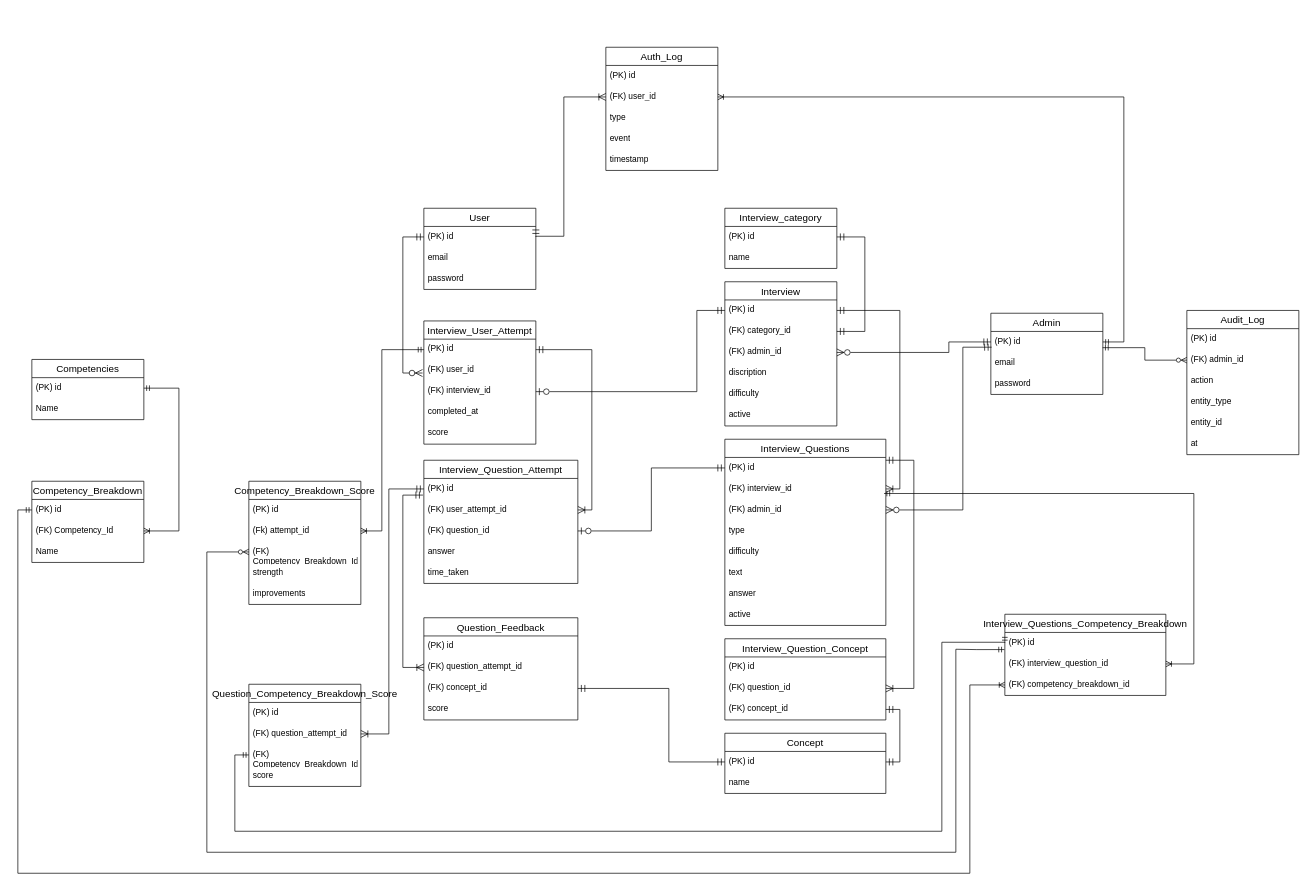
Above: diagrams/group_erd.drawio in V-DP-DEV/Capstone (draw.io), before the change. Source tidied: cells renumbered, new cells numbered last; positions are measured from the earlier drawing's top-left corner, leaving out a move shared by most shapes. Both pictures are drawn from the tidied source at 70%, with x=0, y=0 at pixel (18, 47).
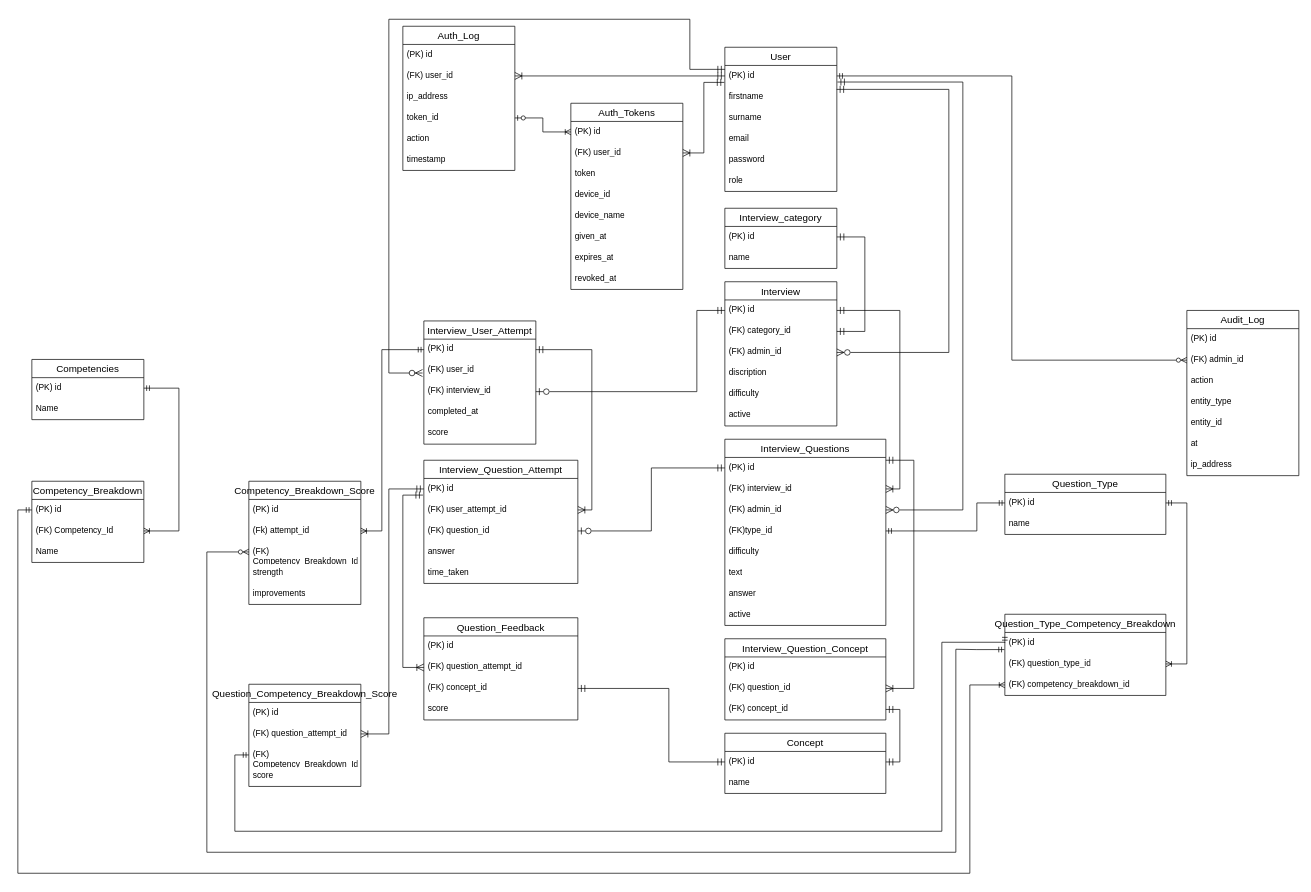
After the change.

Unchanged cells that the change refers to:
```xml
<mxCell id="5" value="(FK) admin_id" style="text;strokeColor=none;fillColor=none;spacingLeft=4;spacingRight=4;overflow=hidden;points=[[0,0.5],[1,0.5]];portConstraint=eastwest;fontSize=12;whiteSpace=wrap;html=1;" parent="2" vertex="1">
  <mxGeometry y="86" width="160" height="30" as="geometry" />
</mxCell>
<mxCell id="12" value="Interview_Questions" style="swimlane;fontStyle=0;horizontal=1;startSize=26;align=center;fontSize=14;" parent="1" vertex="1">
  <mxGeometry x="1010" y="560" width="230" height="266" as="geometry" />
</mxCell>
<mxCell id="14" value="(FK) interview_id" style="text;strokeColor=none;fillColor=none;spacingLeft=4;spacingRight=4;overflow=hidden;points=[[0,0.5],[1,0.5]];portConstraint=eastwest;fontSize=12;whiteSpace=wrap;html=1;" parent="12" vertex="1">
  <mxGeometry y="56" width="230" height="30" as="geometry" />
</mxCell>
<mxCell id="15" value="(FK) admin_id" style="text;strokeColor=none;fillColor=none;spacingLeft=4;spacingRight=4;overflow=hidden;points=[[0,0.5],[1,0.5]];portConstraint=eastwest;fontSize=12;whiteSpace=wrap;html=1;" parent="12" vertex="1">
  <mxGeometry y="86" width="230" height="30" as="geometry" />
</mxCell>
<mxCell id="30" value="(FK) user_id" style="text;strokeColor=none;fillColor=none;spacingLeft=4;spacingRight=4;overflow=hidden;points=[[0,0.5],[1,0.5]];portConstraint=eastwest;fontSize=12;whiteSpace=wrap;html=1;" parent="28" vertex="1">
  <mxGeometry y="56" width="160" height="30" as="geometry" />
</mxCell>
<mxCell id="46" value="(PK) id" style="text;strokeColor=none;fillColor=none;spacingLeft=4;spacingRight=4;overflow=hidden;points=[[0,0.5],[1,0.5]];portConstraint=eastwest;fontSize=12;whiteSpace=wrap;html=1;" parent="45" vertex="1">
  <mxGeometry y="26" width="160" height="30" as="geometry" />
</mxCell>
<mxCell id="68" value="(FK) admin_id" style="text;strokeColor=none;fillColor=none;spacingLeft=4;spacingRight=4;overflow=hidden;points=[[0,0.5],[1,0.5]];portConstraint=eastwest;fontSize=12;whiteSpace=wrap;html=1;" parent="66" vertex="1">
  <mxGeometry y="56" width="160" height="30" as="geometry" />
</mxCell>
<mxCell id="75" value="(FK) user_id" style="text;strokeColor=none;fillColor=none;spacingLeft=4;spacingRight=4;overflow=hidden;points=[[0,0.5],[1,0.5]];portConstraint=eastwest;fontSize=12;whiteSpace=wrap;html=1;" parent="73" vertex="1">
  <mxGeometry y="56" width="160" height="30" as="geometry" />
</mxCell>
```

The edit, as a diff of the source:
```diff
@@
-    <mxCell id="16" value="type" style="text;strokeColor=none;fillColor=none;spacingLeft=4;spacingRight=4;overflow=hidden;points=[[0,0.5],[1,0.5]];portConstraint=eastwest;fontSize=12;whiteSpace=wrap;html=1;" parent="12" vertex="1">
+    <mxCell id="16" value="(FK)type_id" style="text;strokeColor=none;fillColor=none;spacingLeft=4;spacingRight=4;overflow=hidden;points=[[0,0.5],[1,0.5]];portConstraint=eastwest;fontSize=12;whiteSpace=wrap;html=1;" parent="12" vertex="1">
       <mxGeometry y="116" width="230" height="30" as="geometry" />
     </mxCell>
@@
     <mxCell id="45" value="User" style="swimlane;fontStyle=0;horizontal=1;startSize=26;align=center;fontSize=14;" parent="1" vertex="1">
-      <mxGeometry x="580" y="230" width="160" height="116" as="geometry" />
+      <mxGeometry x="1010" width="160" height="206" as="geometry" />
     </mxCell>
@@
+    <mxCell id="110" value="firstname" style="text;strokeColor=none;fillColor=none;spacingLeft=4;spacingRight=4;overflow=hidden;points=[[0,0.5],[1,0.5]];portConstraint=eastwest;fontSize=12;whiteSpace=wrap;html=1;" parent="45" vertex="1">
+      <mxGeometry y="56" width="160" height="30" as="geometry" />
+    </mxCell>
+    <mxCell id="111" value="surname" style="text;strokeColor=none;fillColor=none;spacingLeft=4;spacingRight=4;overflow=hidden;fontSize=12;whiteSpace=wrap;html=1;" parent="45" vertex="1">
+      <mxGeometry y="86" width="160" height="30" as="geometry" />
+    </mxCell>
     <mxCell id="47" value="email" style="text;strokeColor=none;fillColor=none;spacingLeft=4;spacingRight=4;overflow=hidden;fontSize=12;whiteSpace=wrap;html=1;" parent="45" vertex="1">
-      <mxGeometry y="56" width="160" height="30" as="geometry" />
+      <mxGeometry y="116" width="160" height="30" as="geometry" />
     </mxCell>
     <mxCell id="48" value="password" style="text;strokeColor=none;fillColor=none;spacingLeft=4;spacingRight=4;overflow=hidden;fontSize=12;whiteSpace=wrap;html=1;" parent="45" vertex="1">
-      <mxGeometry y="86" width="160" height="30" as="geometry" />
+      <mxGeometry y="146" width="160" height="30" as="geometry" />
     </mxCell>
-    <mxCell id="49" value="Admin" style="swimlane;fontStyle=0;horizontal=1;startSize=26;align=center;fontSize=14;" parent="1" vertex="1">
-      <mxGeometry x="1390" y="380" width="160" height="116" as="geometry" />
-    </mxCell>
-    <mxCell id="50" value="(PK) id" style="text;strokeColor=none;fillColor=none;spacingLeft=4;spacingRight=4;overflow=hidden;points=[[0,0.5],[1,0.5]];portConstraint=eastwest;fontSize=12;whiteSpace=wrap;html=1;" parent="49" vertex="1">
-      <mxGeometry y="26" width="160" height="30" as="geometry" />
-    </mxCell>
-    <mxCell id="51" value="email" style="text;strokeColor=none;fillColor=none;spacingLeft=4;spacingRight=4;overflow=hidden;fontSize=12;whiteSpace=wrap;html=1;" parent="49" vertex="1">
-      <mxGeometry y="56" width="160" height="30" as="geometry" />
-    </mxCell>
-    <mxCell id="52" value="password" style="text;strokeColor=none;fillColor=none;spacingLeft=4;spacingRight=4;overflow=hidden;fontSize=12;whiteSpace=wrap;html=1;" parent="49" vertex="1">
-      <mxGeometry y="86" width="160" height="30" as="geometry" />
-    </mxCell>
+    <mxCell id="112" value="role" style="text;strokeColor=none;fillColor=none;spacingLeft=4;spacingRight=4;overflow=hidden;fontSize=12;whiteSpace=wrap;html=1;" parent="45" vertex="1">
+      <mxGeometry y="176" width="160" height="30" as="geometry" />
+    </mxCell>
-    <mxCell id="53" style="fontSize=12;html=1;endArrow=ERzeroToMany;startArrow=ERmandOne;rounded=0;startSize=8;endSize=8;exitX=0;exitY=0.5;exitDx=0;exitDy=0;entryX=-0.012;entryY=0.613;entryDx=0;entryDy=0;edgeStyle=orthogonalEdgeStyle;entryPerimeter=0;startFill=0;" parent="1" edge="1" source="46" target="30">
+    <mxCell id="53" style="fontSize=12;html=1;endArrow=ERzeroToMany;startArrow=ERmandOne;rounded=0;startSize=8;endSize=8;entryX=-0.012;entryY=0.613;entryDx=0;entryDy=0;edgeStyle=orthogonalEdgeStyle;entryPerimeter=0;startFill=0;exitX=0;exitY=0.186;exitDx=0;exitDy=0;exitPerimeter=0;" parent="1" edge="1" source="46" target="30">
       <mxGeometry relative="1" as="geometry">
         <Array as="points">
-          <mxPoint x="550" y="271" />
-          <mxPoint x="550" y="465" />
+          <mxPoint x="960" y="32" />
+          <mxPoint x="960" y="-40" />
+          <mxPoint x="530" y="-40" />
+          <mxPoint x="530" y="465" />
         </Array>
       </mxGeometry>
     </mxCell>
@@
-    <mxCell id="62" style="edgeStyle=orthogonalEdgeStyle;fontSize=12;html=1;endArrow=ERzeroToMany;startArrow=ERmandOne;rounded=0;startSize=8;endSize=8;exitX=0;exitY=0.5;exitDx=0;exitDy=0;entryX=1;entryY=0.5;entryDx=0;entryDy=0;endFill=0;startFill=0;" parent="1" edge="1" source="50" target="5">
+    <mxCell id="62" style="edgeStyle=orthogonalEdgeStyle;fontSize=12;html=1;endArrow=ERzeroToMany;startArrow=ERmandOne;rounded=0;startSize=8;endSize=8;exitX=0.998;exitY=0.14;exitDx=0;exitDy=0;entryX=1;entryY=0.5;entryDx=0;entryDy=0;endFill=0;startFill=0;exitPerimeter=0;" parent="1" edge="1" source="110" target="5">
       <mxGeometry relative="1" as="geometry">
         <Array as="points">
-          <mxPoint x="1330" y="421" />
+          <mxPoint x="1330" y="60" />
           <mxPoint x="1330" y="436" />
         </Array>
       </mxGeometry>
     </mxCell>
-    <mxCell id="63" style="edgeStyle=orthogonalEdgeStyle;fontSize=12;html=1;endArrow=ERzeroToMany;startArrow=ERmandOne;rounded=0;startSize=8;endSize=8;exitX=0.007;exitY=0.75;exitDx=0;exitDy=0;entryX=1;entryY=0.5;entryDx=0;entryDy=0;exitPerimeter=0;startFill=0;endFill=0;" parent="1" edge="1" source="50" target="15">
+    <mxCell id="63" style="edgeStyle=orthogonalEdgeStyle;fontSize=12;html=1;endArrow=ERzeroToMany;startArrow=ERmandOne;rounded=0;startSize=8;endSize=8;exitX=1.005;exitY=0.789;exitDx=0;exitDy=0;entryX=1;entryY=0.5;entryDx=0;entryDy=0;exitPerimeter=0;startFill=0;endFill=0;" parent="1" edge="1" source="46" target="15">
       <mxGeometry relative="1" as="geometry">
         <Array as="points">
-          <mxPoint x="1350" y="428.5" />
+          <mxPoint x="1350" y="50" />
           <mxPoint x="1350" y="661" />
         </Array>
       </mxGeometry>
     </mxCell>
@@
     <mxCell id="66" value="Audit_Log" style="swimlane;fontStyle=0;horizontal=1;startSize=26;align=center;fontSize=14;" parent="1" vertex="1">
-      <mxGeometry x="1670" y="376" width="160" height="206" as="geometry" />
+      <mxGeometry x="1670" y="376" width="160" height="236" as="geometry" />
     </mxCell>
@@
+    <mxCell id="113" value="ip_address" style="text;strokeColor=none;fillColor=none;spacingLeft=4;spacingRight=4;overflow=hidden;fontSize=12;whiteSpace=wrap;html=1;" parent="66" vertex="1">
+      <mxGeometry y="206" width="160" height="30" as="geometry" />
+    </mxCell>
     <mxCell id="73" value="Auth_Log" style="swimlane;fontStyle=0;horizontal=1;startSize=26;align=center;fontSize=14;" parent="1" vertex="1">
-      <mxGeometry x="840" width="160" height="176" as="geometry" />
+      <mxGeometry x="550" y="-30" width="160" height="206" as="geometry" />
     </mxCell>
@@
-    <mxCell id="76" value="type" style="text;strokeColor=none;fillColor=none;spacingLeft=4;spacingRight=4;overflow=hidden;fontSize=12;whiteSpace=wrap;html=1;" parent="73" vertex="1">
-      <mxGeometry y="86" width="160" height="30" as="geometry" />
-    </mxCell>
+    <mxCell id="114" value="ip_address" style="text;strokeColor=none;fillColor=none;spacingLeft=4;spacingRight=4;overflow=hidden;fontSize=12;whiteSpace=wrap;html=1;" parent="73" vertex="1">
+      <mxGeometry y="86" width="160" height="30" as="geometry" />
+    </mxCell>
+    <mxCell id="115" value="token_id" style="text;strokeColor=none;fillColor=none;spacingLeft=4;spacingRight=4;overflow=hidden;points=[[0,0.5],[1,0.5]];portConstraint=eastwest;fontSize=12;whiteSpace=wrap;html=1;" parent="73" vertex="1">
+      <mxGeometry y="116" width="160" height="30" as="geometry" />
+    </mxCell>
-    <mxCell id="77" value="event" style="text;strokeColor=none;fillColor=none;spacingLeft=4;spacingRight=4;overflow=hidden;fontSize=12;whiteSpace=wrap;html=1;" parent="73" vertex="1">
-      <mxGeometry y="116" width="160" height="30" as="geometry" />
+    <mxCell id="77" value="action" style="text;strokeColor=none;fillColor=none;spacingLeft=4;spacingRight=4;overflow=hidden;fontSize=12;whiteSpace=wrap;html=1;" parent="73" vertex="1">
+      <mxGeometry y="146" width="160" height="30" as="geometry" />
     </mxCell>
     <mxCell id="78" value="timestamp" style="text;strokeColor=none;fillColor=none;spacingLeft=4;spacingRight=4;overflow=hidden;fontSize=12;whiteSpace=wrap;html=1;" parent="73" vertex="1">
-      <mxGeometry y="146" width="160" height="30" as="geometry" />
+      <mxGeometry y="176" width="160" height="30" as="geometry" />
     </mxCell>
-    <mxCell id="79" style="edgeStyle=elbowEdgeStyle;fontSize=12;html=1;endArrow=ERzeroToMany;startArrow=ERmandOne;exitX=0.998;exitY=0.772;exitDx=0;exitDy=0;entryX=0;entryY=0.5;entryDx=0;entryDy=0;rounded=0;curved=0;exitPerimeter=0;endFill=0;" parent="1" edge="1" source="50" target="68">
+    <mxCell id="79" style="edgeStyle=elbowEdgeStyle;fontSize=12;html=1;endArrow=ERzeroToMany;startArrow=ERmandOne;exitX=1;exitY=0.5;exitDx=0;exitDy=0;entryX=0;entryY=0.5;entryDx=0;entryDy=0;rounded=0;curved=0;endFill=0;" parent="1" edge="1" source="46" target="68">
       <mxGeometry relative="1" as="geometry" />
     </mxCell>
-    <mxCell id="80" style="fontSize=12;html=1;endArrow=ERoneToMany;startArrow=ERmandOne;rounded=0;startSize=8;endSize=8;exitX=1;exitY=0.5;exitDx=0;exitDy=0;entryX=0;entryY=0.5;entryDx=0;entryDy=0;edgeStyle=orthogonalEdgeStyle;startFill=0;endFill=0;" parent="1" edge="1" source="46" target="75">
+    <mxCell id="80" style="fontSize=12;html=1;endArrow=ERoneToMany;startArrow=ERmandOne;rounded=0;startSize=8;endSize=8;exitX=0;exitY=0.5;exitDx=0;exitDy=0;entryX=1;entryY=0.5;entryDx=0;entryDy=0;edgeStyle=orthogonalEdgeStyle;startFill=0;endFill=0;" parent="1" edge="1" source="46" target="75">
       <mxGeometry relative="1" as="geometry">
         <Array as="points">
-          <mxPoint x="740" y="270" />
-          <mxPoint x="780" y="270" />
-          <mxPoint x="780" y="71" />
+          <mxPoint x="710" y="41" />
         </Array>
       </mxGeometry>
     </mxCell>
-    <mxCell id="81" style="edgeStyle=orthogonalEdgeStyle;fontSize=12;html=1;endArrow=ERoneToMany;startArrow=ERmandOne;exitX=1;exitY=0.5;exitDx=0;exitDy=0;entryX=1;entryY=0.5;entryDx=0;entryDy=0;rounded=0;curved=0;" parent="1" edge="1" source="50" target="75">
-      <mxGeometry relative="1" as="geometry">
-        <Array as="points">
-          <mxPoint x="1580" y="421" />
-          <mxPoint x="1580" y="71" />
-        </Array>
-      </mxGeometry>
-    </mxCell>
@@
-    <mxCell id="97" value="Interview_Questions_Competency_Breakdown" style="swimlane;fontStyle=0;horizontal=1;startSize=26;align=center;fontSize=14;" parent="1" vertex="1">
+    <mxCell id="97" value="Question_Type_Competency_Breakdown" style="swimlane;fontStyle=0;horizontal=1;startSize=26;align=center;fontSize=14;" parent="1" vertex="1">
       <mxGeometry x="1410" y="810" width="230" height="116" as="geometry" />
     </mxCell>
@@
-    <mxCell id="99" value="(FK) interview_question_id" style="text;strokeColor=none;fillColor=none;spacingLeft=4;spacingRight=4;overflow=hidden;points=[[0,0.5],[1,0.5]];portConstraint=eastwest;fontSize=12;whiteSpace=wrap;html=1;" parent="97" vertex="1">
+    <mxCell id="99" value="(FK) question_type_id" style="text;strokeColor=none;fillColor=none;spacingLeft=4;spacingRight=4;overflow=hidden;points=[[0,0.5],[1,0.5]];portConstraint=eastwest;fontSize=12;whiteSpace=wrap;html=1;" parent="97" vertex="1">
       <mxGeometry y="56" width="230" height="30" as="geometry" />
     </mxCell>
@@
-    <mxCell id="107" style="edgeStyle=orthogonalEdgeStyle;fontSize=12;html=1;endArrow=ERoneToMany;startArrow=ERmandOne;exitX=0.989;exitY=0.717;exitDx=0;exitDy=0;exitPerimeter=0;entryX=1;entryY=0.5;entryDx=0;entryDy=0;rounded=0;" parent="1" edge="1" source="14" target="99">
-      <mxGeometry relative="1" as="geometry">
-        <Array as="points">
-          <mxPoint x="1680" y="638" />
-          <mxPoint x="1680" y="881" />
-        </Array>
-      </mxGeometry>
-    </mxCell>
@@
+    <mxCell id="116" value="Question_Type" style="swimlane;fontStyle=0;horizontal=1;startSize=26;align=center;fontSize=14;" parent="1" vertex="1">
+      <mxGeometry x="1410" y="610" width="230" height="86" as="geometry" />
+    </mxCell>
+    <mxCell id="117" value="(PK) id" style="text;strokeColor=none;fillColor=none;spacingLeft=4;spacingRight=4;overflow=hidden;points=[[0,0.5],[1,0.5]];portConstraint=eastwest;fontSize=12;whiteSpace=wrap;html=1;" parent="116" vertex="1">
+      <mxGeometry y="26" width="230" height="30" as="geometry" />
+    </mxCell>
+    <mxCell id="118" value="name" style="text;strokeColor=none;fillColor=none;spacingLeft=4;spacingRight=4;overflow=hidden;fontSize=12;whiteSpace=wrap;html=1;" parent="116" vertex="1">
+      <mxGeometry y="56" width="230" height="30" as="geometry" />
+    </mxCell>
+    <mxCell id="119" style="edgeStyle=orthogonalEdgeStyle;fontSize=12;html=1;endArrow=ERmandOne;startArrow=ERmandOne;rounded=0;exitX=1;exitY=0.5;exitDx=0;exitDy=0;entryX=0;entryY=0.5;entryDx=0;entryDy=0;" parent="1" edge="1" source="16" target="117">
+      <mxGeometry relative="1" as="geometry">
+        <Array as="points">
+          <mxPoint x="1370" y="691" />
+          <mxPoint x="1370" y="651" />
+        </Array>
+      </mxGeometry>
+    </mxCell>
+    <mxCell id="120" style="edgeStyle=entityRelationEdgeStyle;fontSize=12;html=1;endArrow=ERoneToMany;startArrow=ERmandOne;rounded=0;exitX=1;exitY=0.5;exitDx=0;exitDy=0;entryX=1;entryY=0.5;entryDx=0;entryDy=0;" parent="1" edge="1" source="117" target="99">
+      <mxGeometry relative="1" as="geometry" />
+    </mxCell>
+    <mxCell id="121" value="Auth_Tokens" style="swimlane;fontStyle=0;horizontal=1;startSize=26;align=center;fontSize=14;" parent="1" vertex="1">
+      <mxGeometry x="790" y="80" width="160" height="266" as="geometry" />
+    </mxCell>
+    <mxCell id="50" value="(PK) id" style="text;strokeColor=none;fillColor=none;spacingLeft=4;spacingRight=4;overflow=hidden;points=[[0,0.5],[1,0.5]];portConstraint=eastwest;fontSize=12;whiteSpace=wrap;html=1;" parent="121" vertex="1">
+      <mxGeometry y="26" width="160" height="30" as="geometry" />
+    </mxCell>
+    <mxCell id="122" value="(FK) user_id" style="text;strokeColor=none;fillColor=none;spacingLeft=4;spacingRight=4;overflow=hidden;points=[[0,0.5],[1,0.5]];portConstraint=eastwest;fontSize=12;whiteSpace=wrap;html=1;" parent="121" vertex="1">
+      <mxGeometry y="56" width="160" height="30" as="geometry" />
+    </mxCell>
+    <mxCell id="123" value="token" style="text;strokeColor=none;fillColor=none;spacingLeft=4;spacingRight=4;overflow=hidden;fontSize=12;whiteSpace=wrap;html=1;" parent="121" vertex="1">
+      <mxGeometry y="86" width="160" height="30" as="geometry" />
+    </mxCell>
+    <mxCell id="124" value="device_id" style="text;strokeColor=none;fillColor=none;spacingLeft=4;spacingRight=4;overflow=hidden;fontSize=12;whiteSpace=wrap;html=1;" parent="121" vertex="1">
+      <mxGeometry y="116" width="160" height="30" as="geometry" />
+    </mxCell>
+    <mxCell id="125" value="device_name" style="text;strokeColor=none;fillColor=none;spacingLeft=4;spacingRight=4;overflow=hidden;fontSize=12;whiteSpace=wrap;html=1;" parent="121" vertex="1">
+      <mxGeometry y="146" width="160" height="30" as="geometry" />
+    </mxCell>
+    <mxCell id="126" value="given_at" style="text;strokeColor=none;fillColor=none;spacingLeft=4;spacingRight=4;overflow=hidden;fontSize=12;whiteSpace=wrap;html=1;" parent="121" vertex="1">
+      <mxGeometry y="176" width="160" height="30" as="geometry" />
+    </mxCell>
+    <mxCell id="127" value="expires_at" style="text;strokeColor=none;fillColor=none;spacingLeft=4;spacingRight=4;overflow=hidden;fontSize=12;whiteSpace=wrap;html=1;" parent="121" vertex="1">
+      <mxGeometry y="206" width="160" height="30" as="geometry" />
+    </mxCell>
+    <mxCell id="128" value="revoked_at" style="text;strokeColor=none;fillColor=none;spacingLeft=4;spacingRight=4;overflow=hidden;fontSize=12;whiteSpace=wrap;html=1;" parent="121" vertex="1">
+      <mxGeometry y="236" width="160" height="30" as="geometry" />
+    </mxCell>
+    <mxCell id="129" style="fontSize=12;html=1;endArrow=ERoneToMany;startArrow=ERmandOne;rounded=0;startSize=8;endSize=8;exitX=-0.005;exitY=0.807;exitDx=0;exitDy=0;entryX=1;entryY=0.5;entryDx=0;entryDy=0;edgeStyle=orthogonalEdgeStyle;startFill=0;endFill=0;exitPerimeter=0;" parent="1" edge="1" source="46" target="122">
+      <mxGeometry relative="1" as="geometry">
+        <Array as="points">
+          <mxPoint x="980" y="50" />
+          <mxPoint x="980" y="151" />
+        </Array>
+      </mxGeometry>
+    </mxCell>
+    <mxCell id="130" style="edgeStyle=orthogonalEdgeStyle;fontSize=12;html=1;endArrow=ERoneToMany;startArrow=ERzeroToOne;rounded=0;exitX=1;exitY=0.5;exitDx=0;exitDy=0;entryX=0;entryY=0.5;entryDx=0;entryDy=0;" parent="1" edge="1" source="115" target="50">
+      <mxGeometry relative="1" as="geometry" />
+    </mxCell>
```
